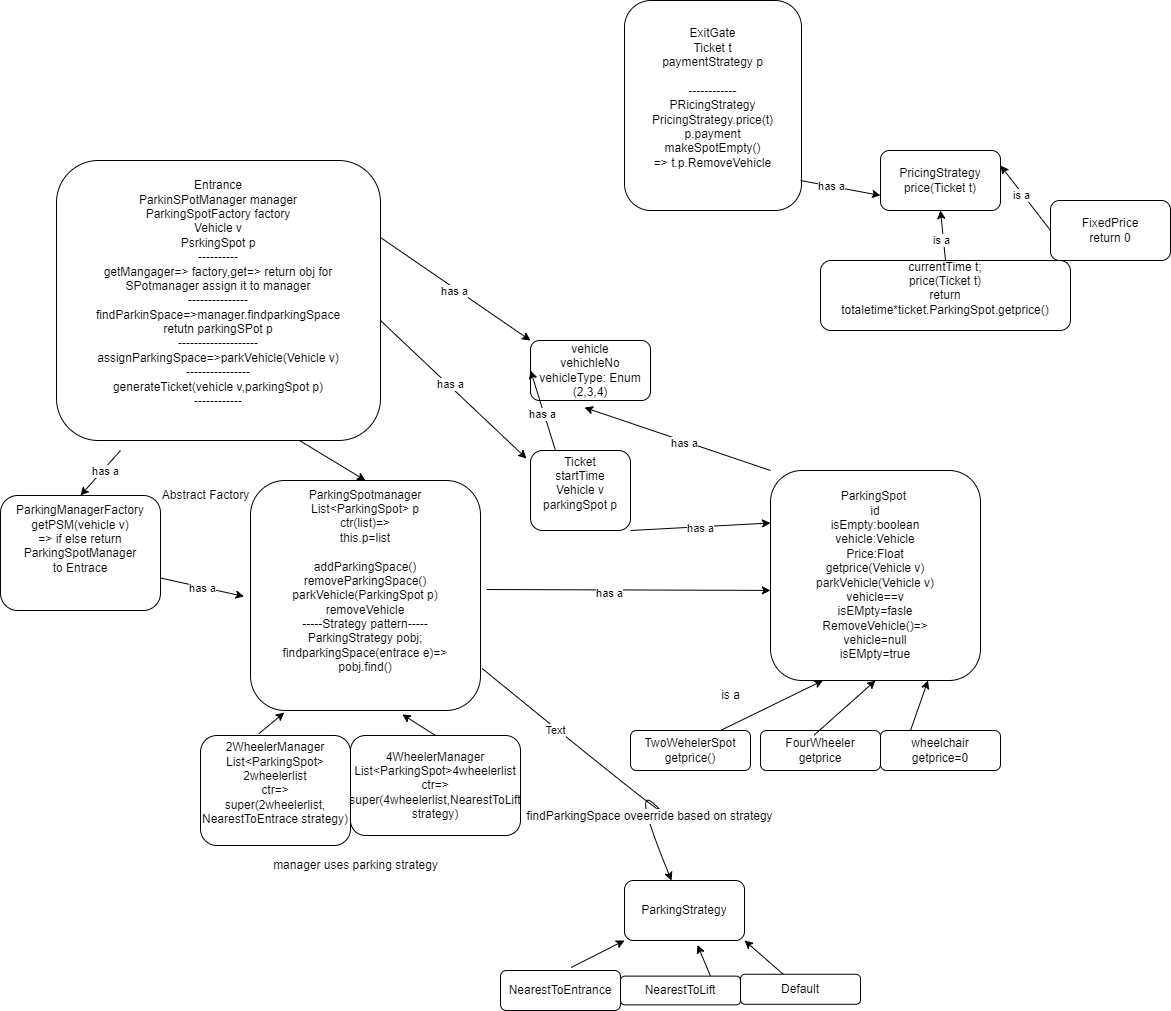
The draw.io diagram Parkingslot.drawio.png in priya226/0-100dev, before a commit. Source tidied: cells renumbered, new cells last; positions are measured from the earlier drawing's top-left corner, leaving out a move shared by most shapes.
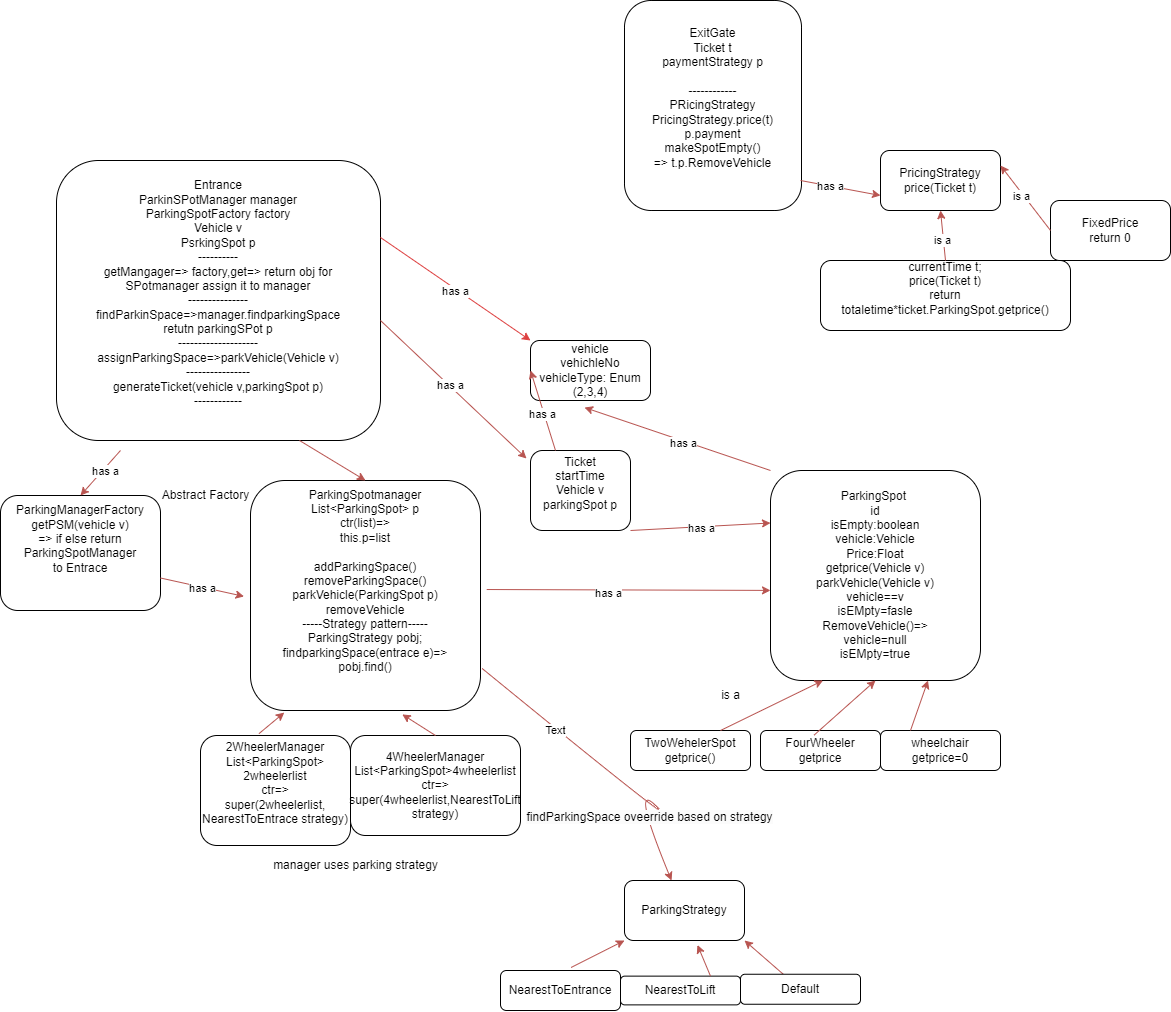
Above is the later version.

The edit, as a diff of the source:
```diff
@@ -23,13 +23,13 @@
     <mxCell id="8" value="&lt;div&gt;wheelchair&lt;/div&gt;&lt;div&gt;getprice=0&lt;/div&gt;" style="rounded=1;whiteSpace=wrap;html=1;" parent="1" vertex="1">
       <mxGeometry x="880" y="730" width="120" height="40" as="geometry" />
     </mxCell>
-    <mxCell id="9" style="endArrow=classic;html=1;rounded=0;entryX=0.25;entryY=1;entryDx=0;entryDy=0;exitX=0.75;exitY=0;exitDx=0;exitDy=0;" parent="1" edge="1" source="6" target="4">
+    <mxCell id="9" style="endArrow=classic;html=1;rounded=0;entryX=0.25;entryY=1;entryDx=0;entryDy=0;exitX=0.75;exitY=0;exitDx=0;exitDy=0;fillColor=#f8cecc;strokeColor=#b85450;" parent="1" edge="1" source="6" target="4">
       <mxGeometry relative="1" as="geometry" />
     </mxCell>
-    <mxCell id="10" style="edgeStyle=none;jettySize=auto;html=1;rounded=0;entryX=0.5;entryY=1;entryDx=0;entryDy=0;exitX=0.446;exitY=0.117;exitDx=0;exitDy=0;exitPerimeter=0;" parent="1" edge="1" source="7" target="4">
+    <mxCell id="10" style="edgeStyle=none;jettySize=auto;html=1;rounded=0;entryX=0.5;entryY=1;entryDx=0;entryDy=0;exitX=0.446;exitY=0.117;exitDx=0;exitDy=0;exitPerimeter=0;fillColor=#f8cecc;strokeColor=#b85450;" parent="1" edge="1" source="7" target="4">
       <mxGeometry relative="1" as="geometry" />
     </mxCell>
-    <mxCell id="11" style="edgeStyle=none;jettySize=auto;html=1;rounded=0;entryX=0.75;entryY=1;entryDx=0;entryDy=0;exitX=0.25;exitY=0;exitDx=0;exitDy=0;" parent="1" edge="1" source="8" target="4">
+    <mxCell id="11" style="edgeStyle=none;jettySize=auto;html=1;rounded=0;entryX=0.75;entryY=1;entryDx=0;entryDy=0;exitX=0.25;exitY=0;exitDx=0;exitDy=0;fillColor=#f8cecc;strokeColor=#b85450;" parent="1" edge="1" source="8" target="4">
       <mxGeometry relative="1" as="geometry" />
     </mxCell>
     <mxCell id="12" value="is a" style="text;html=1;align=center;verticalAlign=middle;strokeColor=none;fillColor=none;" parent="1" vertex="1">
@@ -44,13 +44,13 @@
     <mxCell id="15" value="4WheelerManager&lt;div&gt;List&amp;lt;&lt;span style=&quot;background-color: initial;&quot;&gt;ParkingSpot&lt;/span&gt;&lt;span style=&quot;background-color: initial;&quot;&gt;&amp;gt;4wheelerlist&lt;/span&gt;&lt;/div&gt;&lt;div&gt;ctr=&amp;gt;&lt;/div&gt;&lt;div&gt;super(4wheelerlist,NearestToLift&lt;/div&gt;&lt;div&gt;strategy)&lt;/div&gt;" style="rounded=1;whiteSpace=wrap;html=1;" parent="1" vertex="1">
       <mxGeometry x="350" y="735" width="170" height="100" as="geometry" />
     </mxCell>
-    <mxCell id="16" style="edgeStyle=none;jettySize=auto;html=1;rounded=0;entryX=0.147;entryY=1.009;entryDx=0;entryDy=0;entryPerimeter=0;exitX=0.39;exitY=-0.017;exitDx=0;exitDy=0;exitPerimeter=0;" parent="1" edge="1" source="14" target="13">
+    <mxCell id="16" style="edgeStyle=none;jettySize=auto;html=1;rounded=0;entryX=0.147;entryY=1.009;entryDx=0;entryDy=0;entryPerimeter=0;exitX=0.39;exitY=-0.017;exitDx=0;exitDy=0;exitPerimeter=0;fillColor=#f8cecc;strokeColor=#b85450;" parent="1" edge="1" source="14" target="13">
       <mxGeometry relative="1" as="geometry" />
     </mxCell>
-    <mxCell id="17" style="edgeStyle=none;jettySize=auto;html=1;rounded=0;exitX=0.5;exitY=0;exitDx=0;exitDy=0;entryX=0.66;entryY=1.017;entryDx=0;entryDy=0;entryPerimeter=0;" parent="1" edge="1" source="15" target="13">
+    <mxCell id="17" style="edgeStyle=none;jettySize=auto;html=1;rounded=0;exitX=0.5;exitY=0;exitDx=0;exitDy=0;entryX=0.66;entryY=1.017;entryDx=0;entryDy=0;entryPerimeter=0;fillColor=#f8cecc;strokeColor=#b85450;" parent="1" edge="1" source="15" target="13">
       <mxGeometry relative="1" as="geometry" />
     </mxCell>
-    <mxCell id="18" style="edgeStyle=none;jettySize=auto;html=1;rounded=0;entryX=0;entryY=0.571;entryDx=0;entryDy=0;entryPerimeter=0;exitX=1.027;exitY=0.474;exitDx=0;exitDy=0;exitPerimeter=0;" parent="1" edge="1" source="13" target="4">
+    <mxCell id="18" style="edgeStyle=none;jettySize=auto;html=1;rounded=0;entryX=0;entryY=0.571;entryDx=0;entryDy=0;entryPerimeter=0;exitX=1.027;exitY=0.474;exitDx=0;exitDy=0;exitPerimeter=0;fillColor=#f8cecc;strokeColor=#b85450;" parent="1" edge="1" source="13" target="4">
       <mxGeometry relative="1" as="geometry" />
     </mxCell>
     <mxCell id="19" value="has a" style="edgeLabel;html=1;align=center;verticalAlign=middle;" parent="18" vertex="1">
@@ -65,22 +65,22 @@
     <mxCell id="22" value="NearestToLift" style="rounded=1;whiteSpace=wrap;html=1;" parent="1" vertex="1">
       <mxGeometry x="620" y="975.6" width="120" height="28.8" as="geometry" />
     </mxCell>
-    <mxCell id="23" style="endArrow=classic;html=1;rounded=0;exitX=0.588;exitY=-0.075;exitDx=0;exitDy=0;exitPerimeter=0;entryX=0;entryY=1;entryDx=0;entryDy=0;" parent="1" edge="1" source="21" target="20">
+    <mxCell id="23" style="endArrow=classic;html=1;rounded=0;exitX=0.588;exitY=-0.075;exitDx=0;exitDy=0;exitPerimeter=0;entryX=0;entryY=1;entryDx=0;entryDy=0;fillColor=#f8cecc;strokeColor=#b85450;" parent="1" edge="1" source="21" target="20">
       <mxGeometry relative="1" as="geometry" />
     </mxCell>
-    <mxCell id="24" style="endArrow=classic;html=1;rounded=0;entryX=1;entryY=1;entryDx=0;entryDy=0;" parent="1" edge="1" source="37" target="20">
+    <mxCell id="24" style="endArrow=classic;html=1;rounded=0;entryX=1;entryY=1;entryDx=0;entryDy=0;fillColor=#f8cecc;strokeColor=#b85450;" parent="1" edge="1" source="37" target="20">
       <mxGeometry relative="1" as="geometry" />
     </mxCell>
     <mxCell id="25" value="manager uses parking strategy" style="text;html=1;align=center;verticalAlign=middle;strokeColor=none;fillColor=none;" parent="1" vertex="1">
       <mxGeometry x="260" y="850" width="190" height="30" as="geometry" />
     </mxCell>
-    <mxCell id="26" style="endArrow=classic;html=1;rounded=0;entryX=0.45;entryY=1.117;entryDx=0;entryDy=0;entryPerimeter=0;exitX=0;exitY=0;exitDx=0;exitDy=0;" parent="1" edge="1" source="4" target="3">
+    <mxCell id="26" style="endArrow=classic;html=1;rounded=0;entryX=0.45;entryY=1.117;entryDx=0;entryDy=0;entryPerimeter=0;exitX=0;exitY=0;exitDx=0;exitDy=0;fillColor=#f8cecc;strokeColor=#b85450;" parent="1" edge="1" source="4" target="3">
       <mxGeometry relative="1" as="geometry" />
     </mxCell>
     <mxCell id="27" value="has a" style="edgeLabel;html=1;align=center;verticalAlign=middle;" parent="26" vertex="1">
       <mxGeometry x="-0.07" y="2" relative="1" as="geometry" />
     </mxCell>
-    <mxCell id="28" style="endArrow=classic;html=1;rounded=0;entryX=0;entryY=0.5;entryDx=0;entryDy=0;exitX=0.25;exitY=0;exitDx=0;exitDy=0;" parent="1" edge="1" source="5" target="3">
+    <mxCell id="28" style="endArrow=classic;html=1;rounded=0;entryX=0;entryY=0.5;entryDx=0;entryDy=0;exitX=0.25;exitY=0;exitDx=0;exitDy=0;fillColor=#f8cecc;strokeColor=#b85450;" parent="1" edge="1" source="5" target="3">
       <mxGeometry relative="1" as="geometry" />
     </mxCell>
     <mxCell id="29" value="Text" style="edgeLabel;html=1;align=center;verticalAlign=middle;" parent="28" vertex="1">
@@ -89,13 +89,13 @@
     <mxCell id="30" value="has a" style="edgeLabel;html=1;align=center;verticalAlign=middle;" parent="28" vertex="1">
       <mxGeometry x="-0.08" y="2" relative="1" as="geometry" />
     </mxCell>
-    <mxCell id="31" style="endArrow=classic;html=1;rounded=0;entryX=0;entryY=0.25;entryDx=0;entryDy=0;exitX=1;exitY=1;exitDx=0;exitDy=0;" parent="1" edge="1" source="5" target="4">
+    <mxCell id="31" style="endArrow=classic;html=1;rounded=0;entryX=0;entryY=0.25;entryDx=0;entryDy=0;exitX=1;exitY=1;exitDx=0;exitDy=0;fillColor=#f8cecc;strokeColor=#b85450;" parent="1" edge="1" source="5" target="4">
       <mxGeometry relative="1" as="geometry" />
     </mxCell>
     <mxCell id="32" value="has a" style="edgeLabel;html=1;align=center;verticalAlign=middle;" parent="31" vertex="1">
       <mxGeometry y="-1" relative="1" as="geometry" />
     </mxCell>
-    <mxCell id="33" style="curved=1;endArrow=classic;html=1;rounded=0;exitX=1.007;exitY=0.817;exitDx=0;exitDy=0;exitPerimeter=0;entryX=0.392;entryY=0;entryDx=0;entryDy=0;entryPerimeter=0;" parent="1" edge="1" source="13" target="20">
+    <mxCell id="33" style="curved=1;endArrow=classic;html=1;rounded=0;exitX=1.007;exitY=0.817;exitDx=0;exitDy=0;exitPerimeter=0;entryX=0.392;entryY=0;entryDx=0;entryDy=0;entryPerimeter=0;fillColor=#f8cecc;strokeColor=#b85450;" parent="1" edge="1" source="13" target="20">
       <mxGeometry relative="1" as="geometry">
         <Array as="points">
           <mxPoint x="680" y="830" />
@@ -111,7 +111,7 @@
         <mxPoint x="-1" as="offset" />
       </mxGeometry>
     </mxCell>
-    <mxCell id="36" style="edgeStyle=none;jettySize=auto;html=1;rounded=0;entryX=0.608;entryY=1.075;entryDx=0;entryDy=0;entryPerimeter=0;exitX=0.75;exitY=0;exitDx=0;exitDy=0;" parent="1" edge="1" source="22" target="20">
+    <mxCell id="36" style="edgeStyle=none;jettySize=auto;html=1;rounded=0;entryX=0.608;entryY=1.075;entryDx=0;entryDy=0;entryPerimeter=0;exitX=0.75;exitY=0;exitDx=0;exitDy=0;fillColor=#f8cecc;strokeColor=#b85450;" parent="1" edge="1" source="22" target="20">
       <mxGeometry relative="1" as="geometry" />
     </mxCell>
     <mxCell id="37" value="Default" style="rounded=1;whiteSpace=wrap;html=1;" parent="1" vertex="1">
@@ -120,7 +120,7 @@
     <mxCell id="38" value="ParkingManagerFactory&lt;div&gt;getPSM(vehicle v)&lt;/div&gt;&lt;div&gt;=&amp;gt; if else return ParkingSpotManager&lt;/div&gt;&lt;div&gt;to Entrace&lt;br&gt;&lt;div&gt;&lt;br&gt;&lt;div&gt;&lt;br&gt;&lt;/div&gt;&lt;/div&gt;&lt;/div&gt;" style="rounded=1;whiteSpace=wrap;html=1;" parent="1" vertex="1">
       <mxGeometry y="495" width="160" height="115" as="geometry" />
     </mxCell>
-    <mxCell id="39" style="edgeStyle=none;jettySize=auto;html=1;rounded=0;entryX=0.5;entryY=0;entryDx=0;entryDy=0;" parent="1" edge="1" target="38">
+    <mxCell id="39" style="edgeStyle=none;jettySize=auto;html=1;rounded=0;entryX=0.5;entryY=0;entryDx=0;entryDy=0;fillColor=#f8cecc;strokeColor=#b85450;" parent="1" edge="1" target="38">
       <mxGeometry relative="1" as="geometry">
         <mxPoint x="120" y="450" as="sourcePoint" />
       </mxGeometry>
@@ -128,7 +128,7 @@
     <mxCell id="40" value="has a" style="edgeLabel;html=1;align=center;verticalAlign=middle;" parent="39" vertex="1">
       <mxGeometry x="-0.12" y="2" relative="1" as="geometry" />
     </mxCell>
-    <mxCell id="41" style="endArrow=classic;html=1;rounded=0;entryX=-0.028;entryY=0.504;entryDx=0;entryDy=0;entryPerimeter=0;" parent="1" edge="1" target="13">
+    <mxCell id="41" style="endArrow=classic;html=1;rounded=0;entryX=-0.028;entryY=0.504;entryDx=0;entryDy=0;entryPerimeter=0;fillColor=#f8cecc;strokeColor=#b85450;" parent="1" edge="1" target="13">
       <mxGeometry relative="1" as="geometry">
         <mxPoint x="160" y="577.5" as="sourcePoint" />
       </mxGeometry>
@@ -136,13 +136,13 @@
     <mxCell id="42" value="has a" style="edgeLabel;html=1;align=center;verticalAlign=middle;" parent="41" vertex="1">
       <mxGeometry x="0.01" y="-1" relative="1" as="geometry" />
     </mxCell>
-    <mxCell id="43" style="edgeStyle=none;jettySize=auto;html=1;rounded=0;exitX=1;exitY=0.275;exitDx=0;exitDy=0;exitPerimeter=0;entryX=0;entryY=0;entryDx=0;entryDy=0;" parent="1" edge="1" source="2" target="3">
+    <mxCell id="43" style="edgeStyle=none;jettySize=auto;html=1;rounded=0;exitX=1;exitY=0.275;exitDx=0;exitDy=0;exitPerimeter=0;entryX=0;entryY=0;entryDx=0;entryDy=0;strokeColor=#dd4040;" parent="1" edge="1" source="2" target="3">
       <mxGeometry relative="1" as="geometry" />
     </mxCell>
     <mxCell id="44" value="has a" style="edgeLabel;html=1;align=center;verticalAlign=middle;" parent="43" vertex="1">
       <mxGeometry y="-2" relative="1" as="geometry" />
     </mxCell>
-    <mxCell id="45" style="edgeStyle=none;jettySize=auto;html=1;rounded=0;entryX=-0.04;entryY=0.1;entryDx=0;entryDy=0;entryPerimeter=0;" parent="1" edge="1" target="5">
+    <mxCell id="45" style="edgeStyle=none;jettySize=auto;html=1;rounded=0;entryX=-0.04;entryY=0.1;entryDx=0;entryDy=0;entryPerimeter=0;fillColor=#f8cecc;strokeColor=#b85450;" parent="1" edge="1" target="5">
       <mxGeometry relative="1" as="geometry">
         <mxPoint x="380" y="320" as="sourcePoint" />
       </mxGeometry>
@@ -150,7 +150,7 @@
     <mxCell id="46" value="has a" style="edgeLabel;html=1;align=center;verticalAlign=middle;" parent="45" vertex="1">
       <mxGeometry x="-0.07" y="1" relative="1" as="geometry" />
     </mxCell>
-    <mxCell id="47" style="edgeStyle=none;jettySize=auto;html=1;rounded=0;entryX=0.5;entryY=0;entryDx=0;entryDy=0;exitX=0.75;exitY=1;exitDx=0;exitDy=0;" parent="1" edge="1" source="2" target="13">
+    <mxCell id="47" style="edgeStyle=none;jettySize=auto;html=1;rounded=0;entryX=0.5;entryY=0;entryDx=0;entryDy=0;exitX=0.75;exitY=1;exitDx=0;exitDy=0;fillColor=#f8cecc;strokeColor=#b85450;" parent="1" edge="1" source="2" target="13">
       <mxGeometry relative="1" as="geometry" />
     </mxCell>
     <mxCell id="48" value="Abstract Factory" style="text;html=1;align=center;verticalAlign=middle;strokeColor=none;fillColor=none;" parent="1" vertex="1">
@@ -165,13 +165,13 @@
     <mxCell id="51" value="&lt;div&gt;currentTime t;&lt;/div&gt;&lt;div&gt;price(Ticket t)&lt;/div&gt;&lt;div&gt;&lt;span style=&quot;background-color: initial;&quot;&gt;return&lt;/span&gt;&lt;/div&gt;&lt;div&gt;&lt;span style=&quot;background-color: initial;&quot;&gt;totaletime*ticket.ParkingSpot.getprice()&lt;/span&gt;&lt;/div&gt;&lt;div&gt;&lt;br&gt;&lt;/div&gt;" style="rounded=1;whiteSpace=wrap;html=1;" parent="1" vertex="1">
       <mxGeometry x="820" y="260" width="250" height="70" as="geometry" />
     </mxCell>
-    <mxCell id="52" style="edgeStyle=none;jettySize=auto;html=1;rounded=0;entryX=0.5;entryY=1;entryDx=0;entryDy=0;exitX=0.5;exitY=0;exitDx=0;exitDy=0;" parent="1" edge="1" source="51" target="50">
+    <mxCell id="52" style="edgeStyle=none;jettySize=auto;html=1;rounded=0;entryX=0.5;entryY=1;entryDx=0;entryDy=0;exitX=0.5;exitY=0;exitDx=0;exitDy=0;fillColor=#f8cecc;strokeColor=#b85450;" parent="1" edge="1" source="51" target="50">
       <mxGeometry relative="1" as="geometry" />
     </mxCell>
     <mxCell id="53" value="is a" style="edgeLabel;html=1;align=center;verticalAlign=middle;" parent="52" vertex="1">
       <mxGeometry x="-0.15" y="2" relative="1" as="geometry" />
     </mxCell>
-    <mxCell id="54" style="edgeStyle=none;jettySize=auto;html=1;rounded=0;entryX=0;entryY=0.75;entryDx=0;entryDy=0;" parent="1" edge="1" target="50">
+    <mxCell id="54" style="edgeStyle=none;jettySize=auto;html=1;rounded=0;entryX=0;entryY=0.75;entryDx=0;entryDy=0;fillColor=#f8cecc;strokeColor=#b85450;" parent="1" edge="1" target="50">
       <mxGeometry relative="1" as="geometry">
         <mxPoint x="800" y="180" as="sourcePoint" />
       </mxGeometry>
@@ -182,7 +182,7 @@
     <mxCell id="56" value="FixedPrice&lt;div&gt;return 0&lt;/div&gt;" style="rounded=1;whiteSpace=wrap;html=1;" parent="1" vertex="1">
       <mxGeometry x="1050" y="200" width="120" height="60" as="geometry" />
     </mxCell>
-    <mxCell id="57" style="edgeStyle=none;jettySize=auto;html=1;rounded=0;entryX=1;entryY=0.25;entryDx=0;entryDy=0;exitX=0;exitY=0.5;exitDx=0;exitDy=0;" parent="1" edge="1" source="56" target="50">
+    <mxCell id="57" style="edgeStyle=none;jettySize=auto;html=1;rounded=0;entryX=1;entryY=0.25;entryDx=0;entryDy=0;exitX=0;exitY=0.5;exitDx=0;exitDy=0;fillColor=#f8cecc;strokeColor=#b85450;" parent="1" edge="1" source="56" target="50">
       <mxGeometry relative="1" as="geometry" />
     </mxCell>
     <mxCell id="58" value="is a" style="edgeLabel;html=1;align=center;verticalAlign=middle;" parent="57" vertex="1">
```
